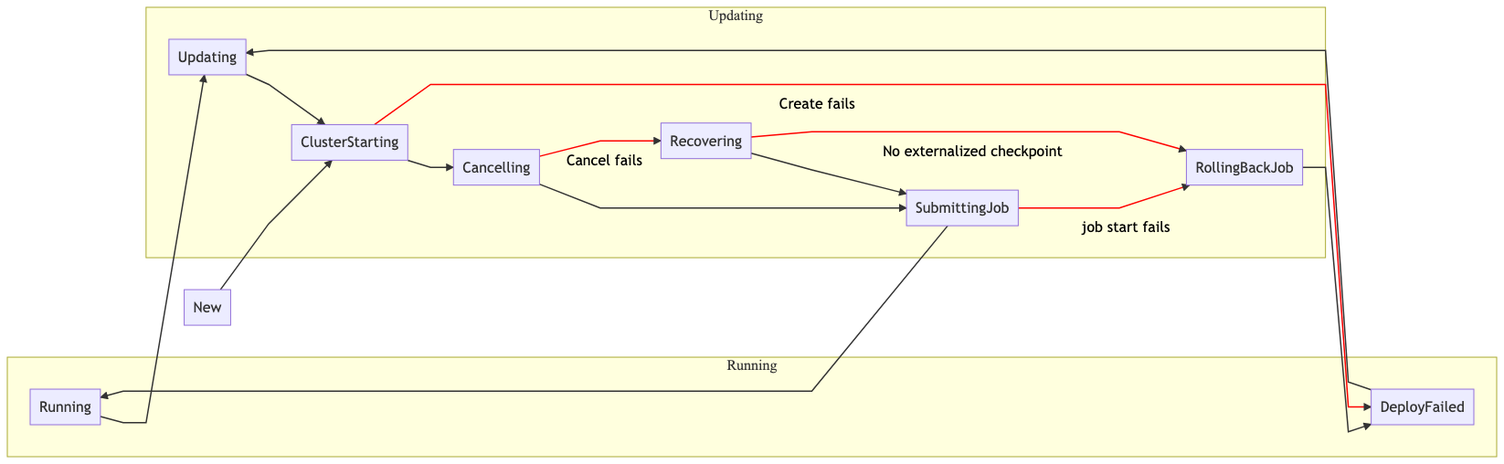
Before: docs/state_machine.png, a diagram exported from Mermaid (lyft/flinkk8soperator). Its source is kept beside it as docs/state_machine.mmd. The source it was exported from:
```mermaid

graph LR
New --> ClusterStarting

subgraph Running
Running
DeployFailed
end

subgraph Updating
Running --> Updating
Updating --> ClusterStarting
DeployFailed --> Updating

ClusterStarting --> Cancelling
ClusterStarting -- Create fails --> DeployFailed

Cancelling --> SubmittingJob
Cancelling -- Cancel fails --> Recovering

Recovering --> SubmittingJob
Recovering -- No externalized checkpoint --> RollingBackJob

SubmittingJob --> Running
SubmittingJob -- job start fails --> RollingBackJob
RollingBackJob --> DeployFailed
end

linkStyle 5 stroke:#FF0000
linkStyle 7 stroke:#FF0000
linkStyle 9 stroke:#FF0000
linkStyle 11 stroke:#FF0000
```
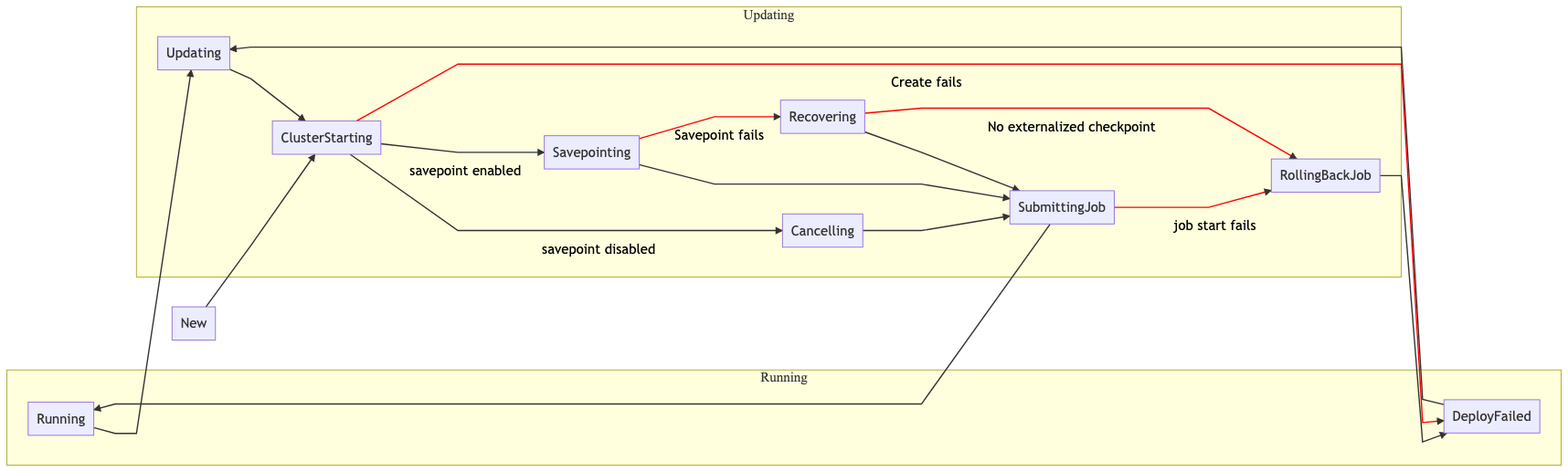
After the change.

Commit message:
refactored to have cancelling as a new stage

The edit, as a diff of the source:
```diff
@@ -12,11 +12,13 @@
 Updating --> ClusterStarting
 DeployFailed --> Updating
 
-ClusterStarting --> Cancelling
+ClusterStarting -- savepoint disabled --> Cancelling
+ClusterStarting -- savepoint enabled --> Savepointing
 ClusterStarting -- Create fails --> DeployFailed
 
-Cancelling --> SubmittingJob
-Cancelling -- Cancel fails --> Recovering
+Cancelling   --> SubmittingJob
+Savepointing --> SubmittingJob
+Savepointing -- Savepoint fails --> Recovering
 
 Recovering --> SubmittingJob
 Recovering -- No externalized checkpoint --> RollingBackJob
@@ -26,7 +28,9 @@
 RollingBackJob --> DeployFailed
 end
 
-linkStyle 5 stroke:#FF0000
-linkStyle 7 stroke:#FF0000
+linkStyle 4 stroke:#303030
+linkStyle 5 stroke:#303030
+linkStyle 6 stroke:#FF0000
 linkStyle 9 stroke:#FF0000
 linkStyle 11 stroke:#FF0000
+linkStyle 13 stroke:#FF0000
```
